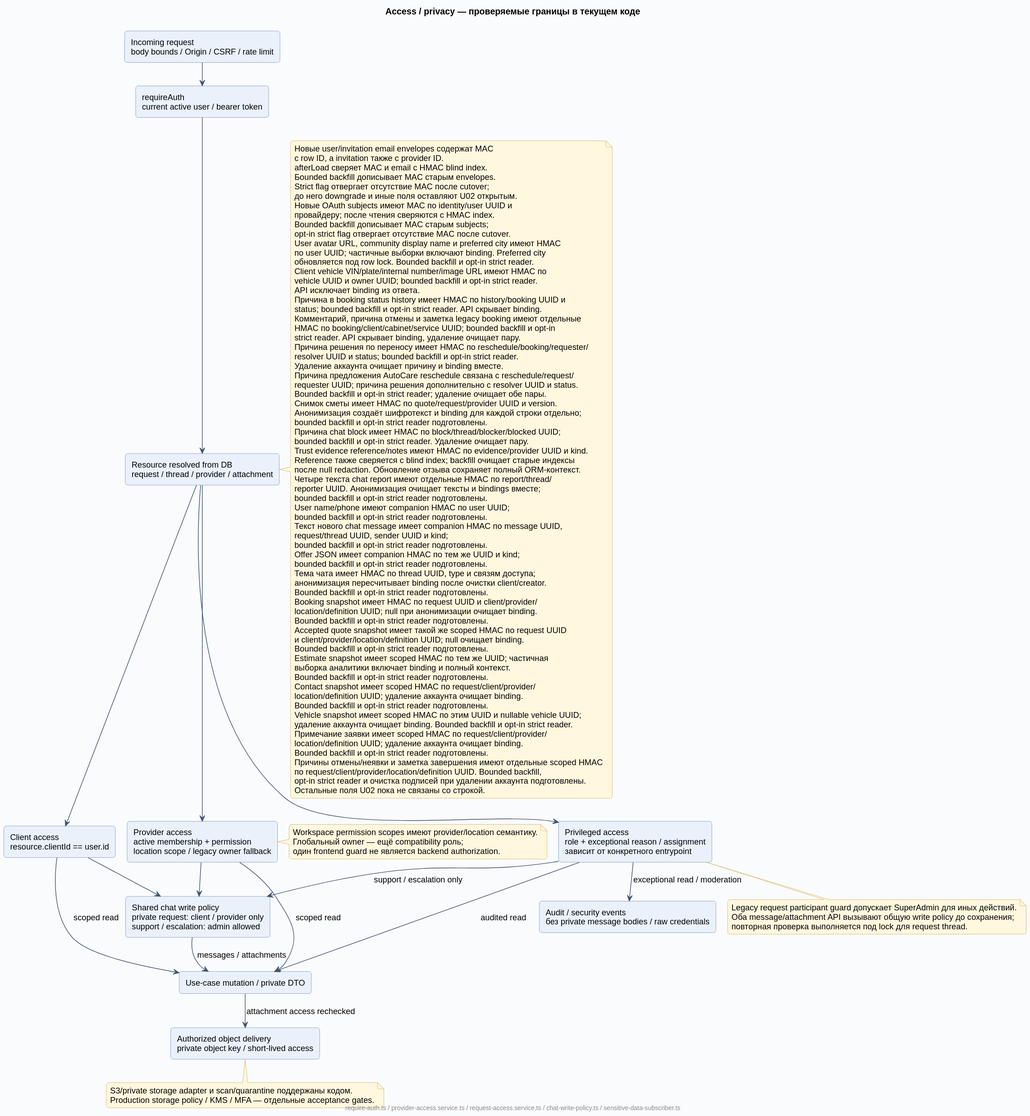
The PlantUML diagram docs/diagrams/rendered/09-access-privacy.svg in Dima163163/auto-care-hub, before a commit.
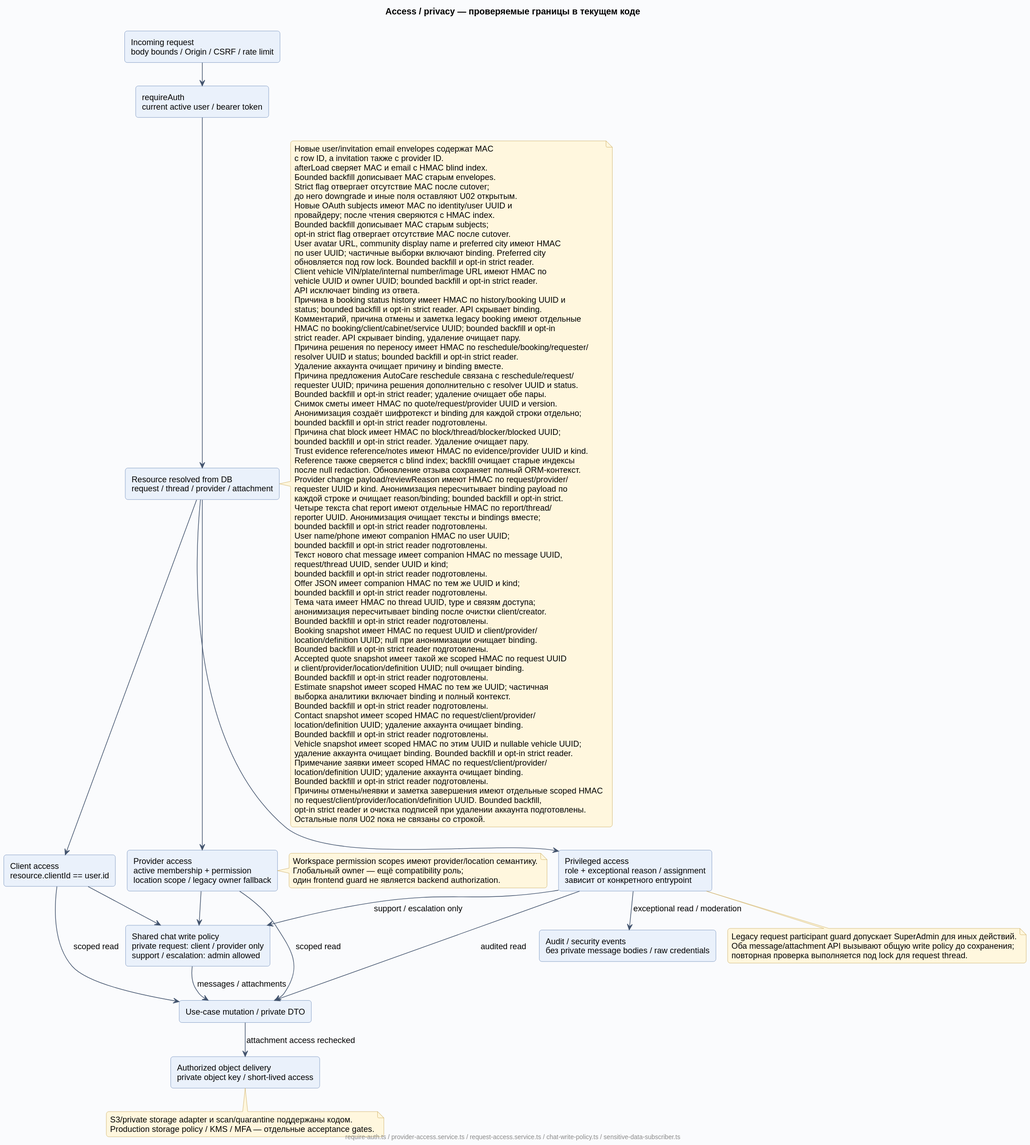
Above is the later version.

The edit, as a diff of the source:
```diff
@@ -67,6 +67,9 @@
   Trust evidence reference/notes имеют HMAC по evidence/provider UUID и kind.
   Reference также сверяется с blind index; backfill очищает старые индексы
   после null redaction. Обновление отзыва сохраняет полный ORM-контекст.
+  Provider change payload/reviewReason имеют HMAC по request/provider/
+  requester UUID и kind. Анонимизация пересчитывает binding payload по
+  каждой строке и очищает reason/binding; bounded backfill и opt-in strict.
   Четыре текста chat report имеют отдельные HMAC по report/thread/
   reporter UUID. Анонимизация очищает тексты и bindings вместе;
   bounded backfill и opt-in strict reader подготовлены.
```
